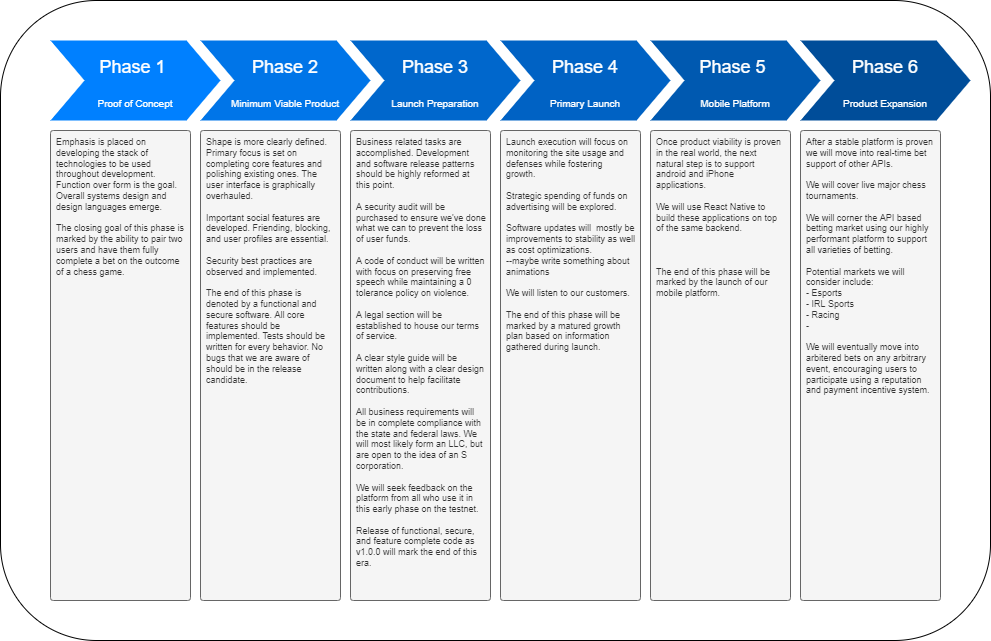
Before: readme-assets/roadmap.png, a diagram exported from draw.io (geektechniquestudios/ChessWager). Source tidied: cells renumbered, new cells last; positions are measured from the earlier drawing's top-left corner, leaving out a move shared by most shapes.
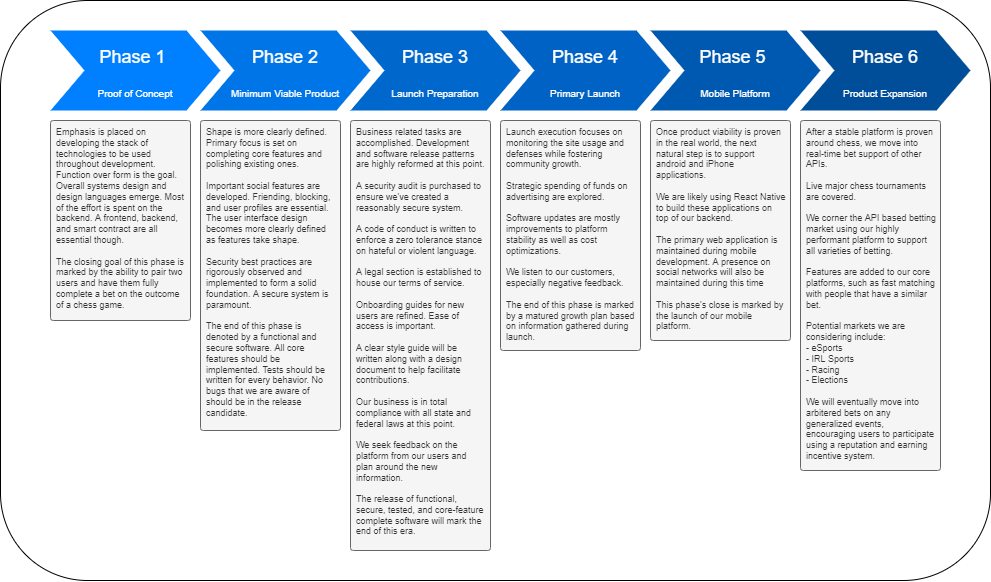
The same diagram one commit later.

What changed in the source:
```diff
@@ -3,7 +3,7 @@
     <mxCell id="0" />
     <mxCell id="1" parent="0" />
     <mxCell id="2" style="rounded=1;whiteSpace=wrap;html=1;" parent="1" vertex="1">
-      <mxGeometry width="990" height="640" as="geometry" />
+      <mxGeometry y="10" width="990" height="580" as="geometry" />
     </mxCell>
     <mxCell id="3" value="&lt;font style=&quot;&quot;&gt;&lt;span style=&quot;font-size: 18px;&quot;&gt;Phase 1 &lt;/span&gt;&lt;br&gt;&lt;font style=&quot;&quot;&gt;&lt;font style=&quot;vertical-align: inherit; font-size: 10px;&quot;&gt;Proof of Concept&lt;/font&gt;&lt;/font&gt;&lt;br&gt;&lt;/font&gt;" style="shape=step;whiteSpace=wrap;html=1;fontSize=28;fillColor=#0080FF;fontColor=#FFFFFF;strokeColor=none;" parent="1" vertex="1">
       <mxGeometry x="50" y="40" width="170" height="80" as="geometry" />
@@ -23,23 +23,23 @@
     <mxCell id="8" value="&lt;font style=&quot;&quot;&gt;&lt;span style=&quot;font-size: 18px;&quot;&gt;Phase 6&lt;/span&gt;&lt;br&gt;&lt;font style=&quot;font-size: 10px;&quot;&gt;Product Expansion&lt;/font&gt;&lt;br&gt;&lt;/font&gt;" style="shape=step;whiteSpace=wrap;html=1;fontSize=28;fillColor=#004D99;fontColor=#FFFFFF;strokeColor=none;" parent="1" vertex="1">
       <mxGeometry x="800" y="40" width="170" height="80" as="geometry" />
     </mxCell>
-    <mxCell id="9" value="Once product viability is proven in the real world, the next natural step is to support android and iPhone applications.&lt;br&gt;&lt;br&gt;We will use React Native to build these applications on top of the same backend.&lt;br&gt;&lt;br&gt;&lt;br&gt;&lt;br&gt;The end of this phase will be marked by the launch of our mobile platform." style="text;spacingTop=-3;whiteSpace=wrap;html=1;align=left;fontSize=9;fontFamily=Helvetica;fillColor=#f5f5f5;rounded=1;glass=0;spacingLeft=1;spacingRight=1;spacing=5;labelBackgroundColor=none;fontColor=#333333;strokeColor=#666666;rotation=0;arcSize=2;" parent="1" vertex="1">
-      <mxGeometry x="650" y="130" width="140" height="470" as="geometry" />
+    <mxCell id="9" value="Once product viability is proven in the real world, the next natural step is to support android and iPhone applications.&lt;br&gt;&lt;br&gt;We are likely using React Native to build these applications on top of our backend.&amp;nbsp;&lt;br&gt;&lt;br&gt;The primary web application is maintained during mobile development. A presence on social networks will also be maintained during this time&lt;br&gt;&lt;br&gt;This phase's close is marked by the launch of our mobile platform." style="text;spacingTop=-3;whiteSpace=wrap;html=1;align=left;fontSize=9;fontFamily=Helvetica;fillColor=#f5f5f5;rounded=1;glass=0;spacingLeft=1;spacingRight=1;spacing=5;labelBackgroundColor=none;fontColor=#333333;strokeColor=#666666;rotation=0;arcSize=2;" parent="1" vertex="1">
+      <mxGeometry x="650" y="130" width="140" height="220" as="geometry" />
     </mxCell>
-    <mxCell id="10" value="After a stable platform is proven we will move into real-time bet support of other APIs.&lt;br&gt;&lt;br&gt;We will cover live major chess tournaments.&amp;nbsp;&lt;br&gt;&lt;br&gt;We will corner the API based betting market using our highly performant platform to support all varieties of betting. &lt;br&gt;&lt;br&gt;Potential markets we will consider include:&lt;br&gt;- Esports&lt;br&gt;- IRL Sports&lt;br&gt;- Racing&lt;br&gt;-&amp;nbsp;&lt;br&gt;&lt;br&gt;We will eventually move into arbitered bets on any arbitrary event, encouraging users to participate using a reputation&amp;nbsp; and payment incentive system." style="text;spacingTop=-3;whiteSpace=wrap;html=1;align=left;fontSize=9;fontFamily=Helvetica;fillColor=#f5f5f5;rounded=1;glass=0;spacingLeft=1;spacingRight=1;spacing=5;labelBackgroundColor=none;fontColor=#333333;strokeColor=#666666;rotation=0;arcSize=2;" parent="1" vertex="1">
-      <mxGeometry x="800" y="130" width="140" height="470" as="geometry" />
+    <mxCell id="10" value="After a stable platform is proven around chess, we move into real-time bet support of other APIs.&lt;br&gt;&lt;br&gt;Live major chess tournaments are covered.&amp;nbsp;&lt;br&gt;&lt;br&gt;We corner the API based betting market using our highly performant platform to support all varieties of betting.&amp;nbsp;&lt;br&gt;&lt;br&gt;Features are added to our core platforms, such as fast matching with people that have a similar bet.&lt;br&gt;&lt;br&gt;Potential markets we are considering include:&lt;br&gt;- eSports&lt;br&gt;- IRL Sports&lt;br&gt;- Racing&lt;br&gt;- Elections&lt;br&gt;&lt;br&gt;We will eventually move into arbitered bets on any generalized events, encouraging users to participate using a reputation and earning incentive system." style="text;spacingTop=-3;whiteSpace=wrap;html=1;align=left;fontSize=9;fontFamily=Helvetica;fillColor=#f5f5f5;rounded=1;glass=0;spacingLeft=1;spacingRight=1;spacing=5;labelBackgroundColor=none;fontColor=#333333;strokeColor=#666666;rotation=0;arcSize=2;" parent="1" vertex="1">
+      <mxGeometry x="800" y="130" width="140" height="350" as="geometry" />
     </mxCell>
-    <mxCell id="11" value="Emphasis is placed on developing the stack of technologies to be used throughout development. Function over form is the goal. Overall systems design and design languages emerge.&lt;br style=&quot;font-size: 9px;&quot;&gt;&lt;br style=&quot;font-size: 9px;&quot;&gt;The closing goal of this phase is marked by the ability to pair two users and have them fully complete a bet on the outcome of a chess game.&lt;br style=&quot;font-size: 9px;&quot;&gt;&lt;br&gt;&lt;br&gt;" style="text;spacingTop=-3;whiteSpace=wrap;html=1;align=left;fontSize=9;fontFamily=Helvetica;fillColor=#f5f5f5;rounded=1;glass=0;spacingLeft=1;spacingRight=1;spacing=5;labelBackgroundColor=none;fontColor=#333333;strokeColor=#666666;rotation=0;arcSize=2;" parent="1" vertex="1">
-      <mxGeometry x="50" y="130" width="140" height="470" as="geometry" />
+    <mxCell id="11" value="Emphasis is placed on developing the stack of technologies to be used throughout development. Function over form is the goal. Overall systems design and design languages emerge. Most of the effort is spent on the backend. A frontend, backend, and smart contract are all essential though.&lt;br&gt;&lt;br style=&quot;font-size: 9px;&quot;&gt;The closing goal of this phase is marked by the ability to pair two users and have them fully complete a bet on the outcome of a chess game." style="text;spacingTop=-3;whiteSpace=wrap;html=1;align=left;fontSize=9;fontFamily=Helvetica;fillColor=#f5f5f5;rounded=1;glass=0;spacingLeft=1;spacingRight=1;spacing=5;labelBackgroundColor=none;fontColor=#333333;strokeColor=#666666;rotation=0;arcSize=2;" parent="1" vertex="1">
+      <mxGeometry x="50" y="130" width="140" height="200" as="geometry" />
     </mxCell>
-    <mxCell id="12" value="Shape is more clearly defined. Primary focus is set on completing core features and polishing existing ones.&amp;nbsp;The user interface is graphically overhauled.&lt;br&gt;&lt;br&gt;Important social features are developed. Friending, blocking, and user profiles are essential.&lt;br&gt;&lt;br&gt;Security best practices are observed and implemented.&amp;nbsp;&lt;br&gt;&lt;br&gt;The end of this phase is denoted by a functional and secure software. All core features should be implemented. Tests should be written for every behavior. No bugs that we are aware of should be in the release candidate.&lt;br&gt;&lt;br&gt;" style="text;spacingTop=-3;whiteSpace=wrap;html=1;align=left;fontSize=9;fontFamily=Helvetica;fillColor=#f5f5f5;rounded=1;glass=0;spacingLeft=1;spacingRight=1;spacing=5;labelBackgroundColor=none;fontColor=#333333;strokeColor=#666666;rotation=0;arcSize=2;" parent="1" vertex="1">
-      <mxGeometry x="200" y="130" width="140" height="470" as="geometry" />
+    <mxCell id="12" value="Shape is more clearly defined. Primary focus is set on completing core features and polishing existing ones.&lt;br&gt;&lt;br&gt;Important social features are developed. Friending, blocking, and user profiles are essential. The user interface design becomes more clearly defined as features take shape.&lt;br&gt;&lt;br&gt;Security best practices are rigorously observed and implemented to form a solid foundation. A secure system is paramount.&lt;br&gt;&lt;br&gt;The end of this phase is denoted by a functional and secure software. All core features should be implemented. Tests should be written for every behavior. No bugs that we are aware of should be in the release candidate." style="text;spacingTop=-3;whiteSpace=wrap;html=1;align=left;fontSize=9;fontFamily=Helvetica;fillColor=#f5f5f5;rounded=1;glass=0;spacingLeft=1;spacingRight=1;spacing=5;labelBackgroundColor=none;fontColor=#333333;strokeColor=#666666;rotation=0;arcSize=2;" parent="1" vertex="1">
+      <mxGeometry x="200" y="130" width="140" height="310" as="geometry" />
     </mxCell>
-    <mxCell id="13" value="Business related tasks are accomplished. Development&amp;nbsp; and software release patterns should be highly reformed at this point.&lt;br&gt;&lt;br&gt;A security audit will be purchased to ensure we've done what we can to prevent the loss of user funds.&lt;br&gt;&lt;br&gt;A code of conduct will be written with focus on preserving free speech while maintaining a 0 tolerance policy on violence.&lt;br&gt;&lt;br&gt;A legal section will be established to house our terms of service.&lt;br&gt;&lt;br&gt;A clear style guide will be written along with a clear design document to help facilitate contributions.&lt;br&gt;&lt;br&gt;All business requirements will be in complete compliance with the state and federal laws. We will most likely form an LLC, but are open to the idea of an S corporation.&lt;br&gt;&lt;br&gt;We will seek feedback on the platform from all who use it in this early phase on the testnet.&lt;br&gt;&lt;br&gt;Release of functional, secure, and feature complete code as&amp;nbsp; v1.0.0 will mark the end of this era." style="text;spacingTop=-3;whiteSpace=wrap;html=1;align=left;fontSize=9;fontFamily=Helvetica;fillColor=#f5f5f5;rounded=1;glass=0;spacingLeft=1;spacingRight=1;spacing=5;labelBackgroundColor=none;fontColor=#333333;strokeColor=#666666;rotation=0;arcSize=2;" parent="1" vertex="1">
-      <mxGeometry x="350" y="130" width="140" height="470" as="geometry" />
+    <mxCell id="13" value="Business related tasks are accomplished. Development&amp;nbsp; and software release patterns are highly reformed at this point.&lt;br&gt;&lt;br&gt;A security audit is purchased to ensure we've created a reasonably secure system.&lt;br&gt;&lt;br&gt;A code of conduct is written to enforce a zero tolerance stance on hateful or violent language.&lt;br&gt;&lt;br&gt;A legal section is established to house our terms of service.&lt;br&gt;&lt;br&gt;Onboarding guides for new users are refined. Ease of access is important.&lt;br&gt;&lt;br&gt;A clear style guide will be written along with a design document to help facilitate contributions.&lt;br&gt;&lt;br&gt;Our business is in total compliance with all state and federal laws at this point.&lt;br&gt;&lt;br&gt;We seek feedback on the platform from our users and plan around the new information.&lt;br&gt;&lt;br&gt;The release of functional, secure, tested, and core-feature complete software will mark the end of this era." style="text;spacingTop=-3;whiteSpace=wrap;html=1;align=left;fontSize=9;fontFamily=Helvetica;fillColor=#f5f5f5;rounded=1;glass=0;spacingLeft=1;spacingRight=1;spacing=5;labelBackgroundColor=none;fontColor=#333333;strokeColor=#666666;rotation=0;arcSize=2;" parent="1" vertex="1">
+      <mxGeometry x="350" y="130" width="140" height="430" as="geometry" />
     </mxCell>
-    <mxCell id="14" value="Launch execution will focus on monitoring the site usage and defenses while fostering growth.&amp;nbsp;&lt;br&gt;&lt;br&gt;Strategic spending of funds on advertising will be explored.&lt;br&gt;&lt;br&gt;Software updates will&amp;nbsp; mostly be improvements to stability as well as cost optimizations.&lt;br&gt;--maybe write something about animations&lt;br&gt;&lt;br&gt;We will listen to our customers.&lt;br&gt;&lt;br&gt;The end of this phase will be marked by a matured growth plan based on information gathered during launch." style="text;spacingTop=-3;whiteSpace=wrap;html=1;align=left;fontSize=9;fontFamily=Helvetica;fillColor=#f5f5f5;rounded=1;glass=0;spacingLeft=1;spacingRight=1;spacing=5;labelBackgroundColor=none;fontColor=#333333;strokeColor=#666666;rotation=0;arcSize=2;" parent="1" vertex="1">
-      <mxGeometry x="500" y="130" width="140" height="470" as="geometry" />
+    <mxCell id="14" value="Launch execution&amp;nbsp;focuses on monitoring the site usage and defenses while fostering&amp;nbsp; community growth.&amp;nbsp;&lt;br&gt;&lt;br&gt;Strategic spending of funds on advertising are explored.&lt;br&gt;&lt;br&gt;Software updates are mostly improvements to platform stability as well as cost optimizations.&lt;br&gt;&lt;br&gt;We listen to our customers, especially negative feedback.&lt;br&gt;&lt;br&gt;The end of this phase is marked by a matured growth plan based on information gathered during launch." style="text;spacingTop=-3;whiteSpace=wrap;html=1;align=left;fontSize=9;fontFamily=Helvetica;fillColor=#f5f5f5;rounded=1;glass=0;spacingLeft=1;spacingRight=1;spacing=5;labelBackgroundColor=none;fontColor=#333333;strokeColor=#666666;rotation=0;arcSize=2;" parent="1" vertex="1">
+      <mxGeometry x="500" y="130" width="140" height="230" as="geometry" />
     </mxCell>
   </root>
 </mxGraphModel>
```
